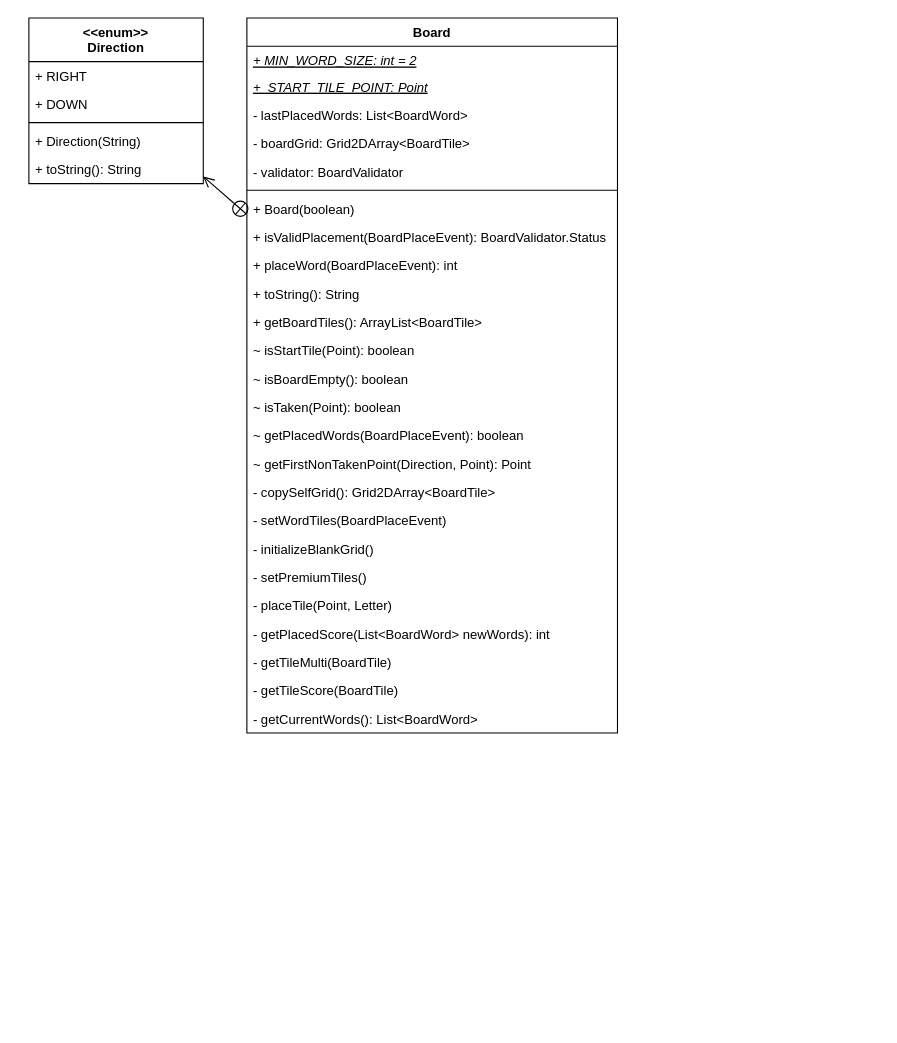
The draw.io diagram page "Board" (1 of 3) of UML/ClassDiagrams/Model/Board.drawio in trk20/Scuffle, before the edit. Source tidied: cells renumbered, new cells numbered last; positions are measured from the earlier drawing's top-left corner, leaving out a move shared by most shapes. Both pictures are drawn from the tidied source at 109%, with x=0, y=0 at pixel (28, 17).
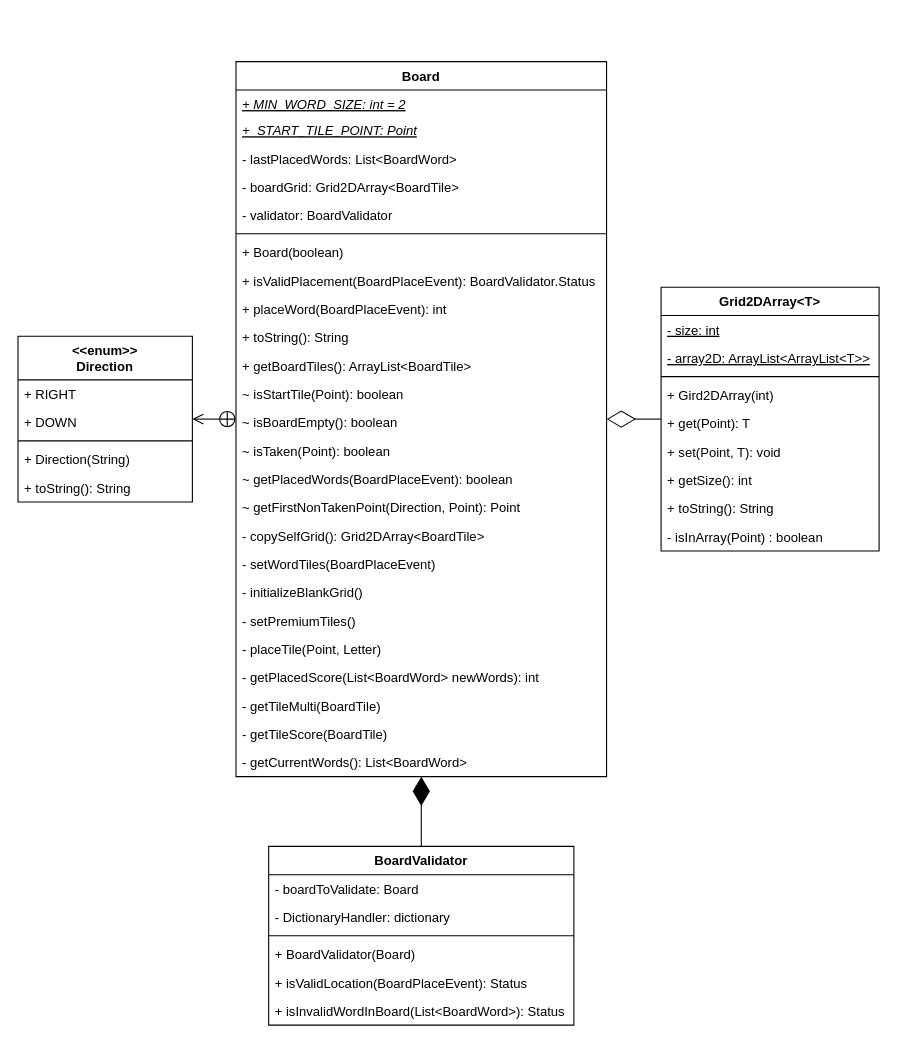
The same page after the edit.

Commit message (it also covers changes not shown here):
Board Class, Grid2DArrayClass

What changed in the source:
```diff
@@
     <mxCell id="2" value="Board" style="swimlane;fontStyle=1;align=center;verticalAlign=top;horizontal=1;startSize=26;" parent="1" vertex="1">
-      <mxGeometry x="200" width="340" height="656" as="geometry" />
+      <mxGeometry x="190" y="40" width="340" height="656" as="geometry" />
     </mxCell>
@@
     <mxCell id="28" value="&lt;&lt;enum&gt;&gt;&#10;Direction" style="swimlane;fontStyle=1;align=center;verticalAlign=top;horizontal=1;startSize=40;" parent="1" vertex="1">
-      <mxGeometry width="160" height="152" as="geometry" />
+      <mxGeometry x="-10" y="292" width="160" height="152" as="geometry" />
     </mxCell>
@@
+    <mxCell id="35" value="BoardValidator" style="swimlane;fontStyle=1;align=center;verticalAlign=top;horizontal=1;startSize=26;" parent="1" vertex="1">
+      <mxGeometry x="220" y="760" width="280" height="164" as="geometry" />
+    </mxCell>
+    <mxCell id="36" value="- boardToValidate: Board&#10;" style="text;strokeColor=none;fillColor=none;align=left;verticalAlign=top;spacingLeft=4;spacingRight=4;overflow=hidden;" parent="35" vertex="1">
+      <mxGeometry y="26" width="280" height="26" as="geometry" />
+    </mxCell>
+    <mxCell id="37" value="- DictionaryHandler: dictionary" style="text;strokeColor=none;fillColor=none;align=left;verticalAlign=top;spacingLeft=4;spacingRight=4;overflow=hidden;" parent="35" vertex="1">
+      <mxGeometry y="52" width="280" height="26" as="geometry" />
+    </mxCell>
+    <mxCell id="38" style="line;strokeWidth=1;fillColor=none;align=left;verticalAlign=middle;spacingTop=-1;spacingLeft=3;spacingRight=3;labelPosition=right;" parent="35" vertex="1">
+      <mxGeometry y="78" width="280" height="8" as="geometry" />
+    </mxCell>
+    <mxCell id="39" value="+ BoardValidator(Board)" style="text;strokeColor=none;fillColor=none;align=left;verticalAlign=top;spacingLeft=4;spacingRight=4;overflow=hidden;" parent="35" vertex="1">
+      <mxGeometry y="86" width="280" height="26" as="geometry" />
+    </mxCell>
+    <mxCell id="40" value="+ isValidLocation(BoardPlaceEvent): Status" style="text;strokeColor=none;fillColor=none;align=left;verticalAlign=top;spacingLeft=4;spacingRight=4;overflow=hidden;" parent="35" vertex="1">
+      <mxGeometry y="112" width="280" height="26" as="geometry" />
+    </mxCell>
+    <mxCell id="41" value="+ isInvalidWordInBoard(List&lt;BoardWord&gt;): Status" style="text;strokeColor=none;fillColor=none;align=left;verticalAlign=top;spacingLeft=4;spacingRight=4;overflow=hidden;" parent="35" vertex="1">
+      <mxGeometry y="138" width="280" height="26" as="geometry" />
+    </mxCell>
+    <mxCell id="42" style="endArrow=diamondThin;endFill=1;endSize=24;html=1;rounded=0;" parent="1" edge="1" source="35" target="2">
+      <mxGeometry relative="1" as="geometry" />
+    </mxCell>
+    <mxCell id="43" value="Grid2DArray&lt;T&gt;" style="swimlane;fontStyle=1;align=center;verticalAlign=top;horizontal=1;startSize=26;" parent="1" vertex="1">
+      <mxGeometry x="580" y="247" width="200" height="242" as="geometry" />
+    </mxCell>
+    <mxCell id="44" value="- size: int" style="text;strokeColor=none;fillColor=none;align=left;verticalAlign=top;spacingLeft=4;spacingRight=4;overflow=hidden;fontStyle=4;" parent="43" vertex="1">
+      <mxGeometry y="26" width="200" height="26" as="geometry" />
+    </mxCell>
+    <mxCell id="45" value="- array2D: ArrayList&lt;ArrayList&lt;T&gt;&gt;" style="text;strokeColor=none;fillColor=none;align=left;verticalAlign=top;spacingLeft=4;spacingRight=4;overflow=hidden;fontStyle=4;" parent="43" vertex="1">
+      <mxGeometry y="52" width="200" height="26" as="geometry" />
+    </mxCell>
+    <mxCell id="46" style="line;strokeWidth=1;fillColor=none;align=left;verticalAlign=middle;spacingTop=-1;spacingLeft=3;spacingRight=3;labelPosition=right;" parent="43" vertex="1">
+      <mxGeometry y="78" width="200" height="8" as="geometry" />
+    </mxCell>
+    <mxCell id="47" value="+ Gird2DArray(int)" style="text;strokeColor=none;fillColor=none;align=left;verticalAlign=top;spacingLeft=4;spacingRight=4;overflow=hidden;" parent="43" vertex="1">
+      <mxGeometry y="86" width="200" height="26" as="geometry" />
+    </mxCell>
+    <mxCell id="48" value="+ get(Point): T" style="text;strokeColor=none;fillColor=none;align=left;verticalAlign=top;spacingLeft=4;spacingRight=4;overflow=hidden;" parent="43" vertex="1">
+      <mxGeometry y="112" width="200" height="26" as="geometry" />
+    </mxCell>
+    <mxCell id="49" value="+ set(Point, T): void" style="text;strokeColor=none;fillColor=none;align=left;verticalAlign=top;spacingLeft=4;spacingRight=4;overflow=hidden;" parent="43" vertex="1">
+      <mxGeometry y="138" width="200" height="26" as="geometry" />
+    </mxCell>
+    <mxCell id="50" value="+ getSize(): int" style="text;strokeColor=none;fillColor=none;align=left;verticalAlign=top;spacingLeft=4;spacingRight=4;overflow=hidden;" parent="43" vertex="1">
+      <mxGeometry y="164" width="200" height="26" as="geometry" />
+    </mxCell>
+    <mxCell id="51" value="+ toString(): String" style="text;strokeColor=none;fillColor=none;align=left;verticalAlign=top;spacingLeft=4;spacingRight=4;overflow=hidden;" parent="43" vertex="1">
+      <mxGeometry y="190" width="200" height="26" as="geometry" />
+    </mxCell>
+    <mxCell id="52" value="- isInArray(Point) : boolean" style="text;strokeColor=none;fillColor=none;align=left;verticalAlign=top;spacingLeft=4;spacingRight=4;overflow=hidden;" parent="43" vertex="1">
+      <mxGeometry y="216" width="200" height="26" as="geometry" />
+    </mxCell>
+    <mxCell id="53" style="endArrow=diamondThin;endFill=0;endSize=24;html=1;rounded=0;" parent="1" edge="1" source="43" target="2">
+      <mxGeometry relative="1" as="geometry" />
+    </mxCell>
```
